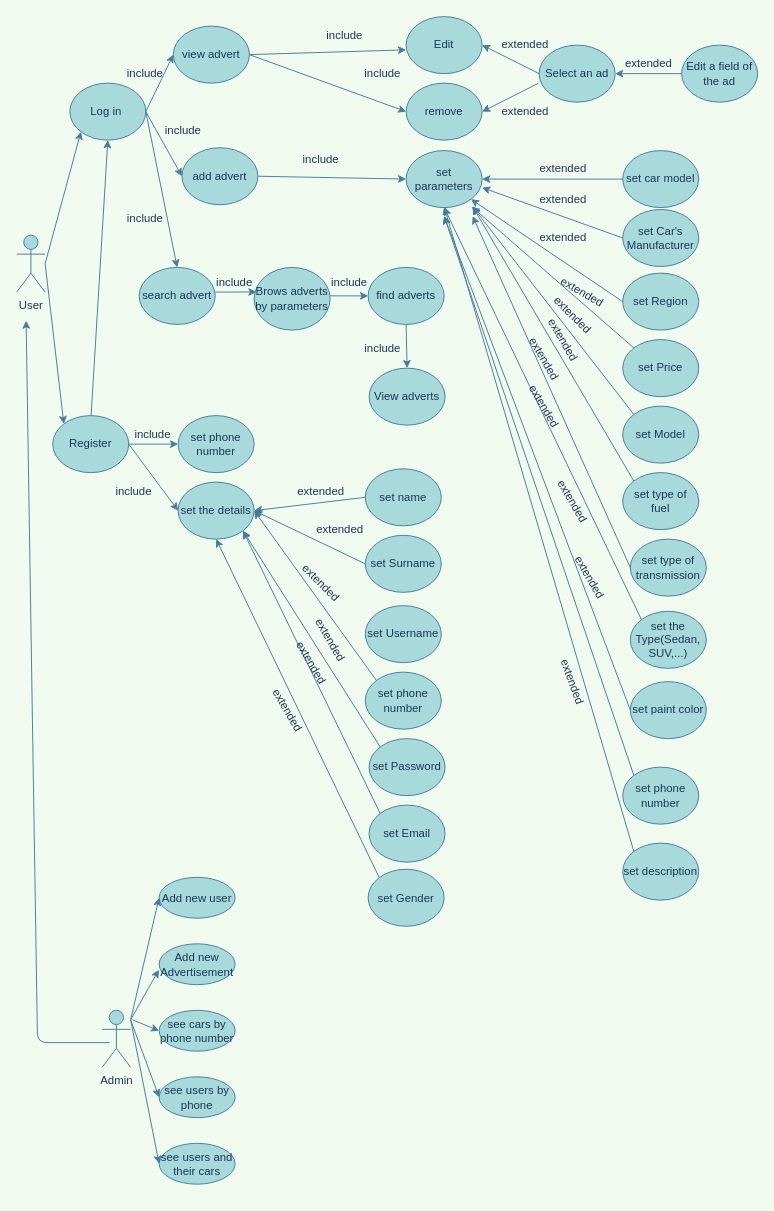
Earlier version of the draw.io diagram Untitled Diagram.drawio (kamran-mehravar/Large-scale-and-Multi-structured-Databases-Project). Source tidied: cells renumbered, new cells numbered last; positions are measured from the earlier drawing's top-left corner, leaving out a move shared by most shapes. Both pictures are drawn from the tidied source at 95%, with x=0, y=0 at pixel (16, 16).
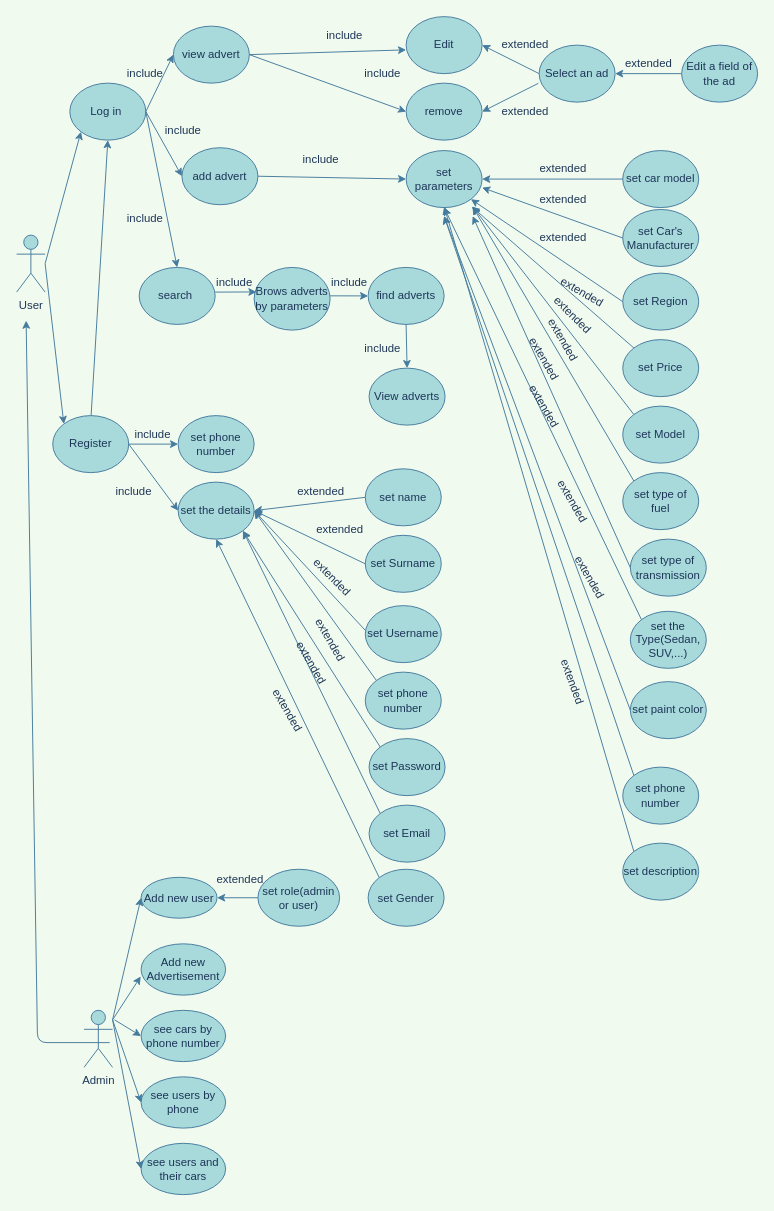
The same diagram, later.

What changed in the source:
```diff
@@
     <mxCell id="3" value="Admin" style="shape=umlActor;verticalLabelPosition=bottom;verticalAlign=top;html=1;fillColor=#A8DADC;strokeColor=#457B9D;fontColor=#1D3557;" parent="1" vertex="1">
-      <mxGeometry x="90" y="1046" width="30" height="60" as="geometry" />
+      <mxGeometry x="71" y="1046" width="30" height="60" as="geometry" />
     </mxCell>
     <mxCell id="4" value="Add new user" style="ellipse;whiteSpace=wrap;html=1;fillColor=#A8DADC;strokeColor=#457B9D;fontColor=#1D3557;" parent="1" vertex="1">
-      <mxGeometry x="150" y="906" width="80" height="43" as="geometry" />
+      <mxGeometry x="131" y="906" width="80" height="43" as="geometry" />
     </mxCell>
     <mxCell id="5" value="Add new Advertisement" style="ellipse;whiteSpace=wrap;html=1;fillColor=#A8DADC;strokeColor=#457B9D;fontColor=#1D3557;" parent="1" vertex="1">
-      <mxGeometry x="150" y="976" width="80" height="43" as="geometry" />
+      <mxGeometry x="131" y="976" width="89" height="54" as="geometry" />
     </mxCell>
     <mxCell id="6" value="see cars by phone number" style="ellipse;whiteSpace=wrap;html=1;fillColor=#A8DADC;strokeColor=#457B9D;fontColor=#1D3557;" parent="1" vertex="1">
-      <mxGeometry x="150" y="1046" width="80" height="43" as="geometry" />
+      <mxGeometry x="131" y="1046" width="89" height="54" as="geometry" />
     </mxCell>
     <mxCell id="7" value="see users by phone" style="ellipse;whiteSpace=wrap;html=1;fillColor=#A8DADC;strokeColor=#457B9D;fontColor=#1D3557;" parent="1" vertex="1">
-      <mxGeometry x="150" y="1116" width="80" height="43" as="geometry" />
+      <mxGeometry x="131" y="1116" width="89" height="54" as="geometry" />
     </mxCell>
     <mxCell id="8" value="see users and their cars" style="ellipse;whiteSpace=wrap;html=1;fillColor=#A8DADC;strokeColor=#457B9D;fontColor=#1D3557;" parent="1" vertex="1">
-      <mxGeometry x="150" y="1186" width="80" height="43" as="geometry" />
+      <mxGeometry x="131" y="1186" width="89" height="54" as="geometry" />
     </mxCell>
@@
-    <mxCell id="13" value="search advert" style="ellipse;whiteSpace=wrap;html=1;fillColor=#A8DADC;strokeColor=#457B9D;fontColor=#1D3557;" parent="1" vertex="1">
+    <mxCell id="13" value="search&amp;nbsp;" style="ellipse;whiteSpace=wrap;html=1;fillColor=#A8DADC;strokeColor=#457B9D;fontColor=#1D3557;" parent="1" vertex="1">
       <mxGeometry x="129" y="264" width="80" height="60" as="geometry" />
     </mxCell>
@@
     <mxCell id="102" value="extended" style="text;html=1;align=center;verticalAlign=middle;strokeColor=none;rotation=45;fontColor=#1D3557;" parent="1" vertex="1">
-      <mxGeometry x="285" y="586" width="70" height="20" as="geometry" />
+      <mxGeometry x="297" y="580" width="70" height="20" as="geometry" />
     </mxCell>
@@
     <mxCell id="106" style="endArrow=classic;html=1;entryX=0;entryY=0.5;entryDx=0;entryDy=0;labelBackgroundColor=#F1FAEE;strokeColor=#457B9D;fontColor=#1D3557;" parent="1" edge="1" target="4">
       <mxGeometry relative="1" as="geometry">
-        <mxPoint x="120" y="1056" as="sourcePoint" />
+        <mxPoint x="101" y="1056" as="sourcePoint" />
       </mxGeometry>
     </mxCell>
     <mxCell id="107" style="endArrow=classic;html=1;entryX=-0.004;entryY=0.636;entryDx=0;entryDy=0;labelBackgroundColor=#F1FAEE;strokeColor=#457B9D;fontColor=#1D3557;entryPerimeter=0;" parent="1" edge="1" target="5">
       <mxGeometry relative="1" as="geometry">
-        <mxPoint x="120" y="1056" as="sourcePoint" />
+        <mxPoint x="101" y="1056" as="sourcePoint" />
       </mxGeometry>
     </mxCell>
     <mxCell id="108" style="endArrow=classic;html=1;entryX=0;entryY=0.5;entryDx=0;entryDy=0;labelBackgroundColor=#F1FAEE;strokeColor=#457B9D;fontColor=#1D3557;" parent="1" edge="1" target="6">
       <mxGeometry relative="1" as="geometry">
-        <mxPoint x="122" y="1056" as="sourcePoint" />
+        <mxPoint x="103" y="1056" as="sourcePoint" />
       </mxGeometry>
     </mxCell>
     <mxCell id="109" style="endArrow=classic;html=1;entryX=0;entryY=0.5;entryDx=0;entryDy=0;labelBackgroundColor=#F1FAEE;strokeColor=#457B9D;fontColor=#1D3557;" parent="1" edge="1" target="7">
       <mxGeometry relative="1" as="geometry">
-        <mxPoint x="120" y="1056" as="sourcePoint" />
+        <mxPoint x="101" y="1056" as="sourcePoint" />
       </mxGeometry>
     </mxCell>
     <mxCell id="110" style="endArrow=classic;html=1;entryX=0;entryY=0.5;entryDx=0;entryDy=0;labelBackgroundColor=#F1FAEE;strokeColor=#457B9D;fontColor=#1D3557;" parent="1" edge="1" target="8">
       <mxGeometry relative="1" as="geometry">
-        <mxPoint x="120" y="1056" as="sourcePoint" />
+        <mxPoint x="101" y="1056" as="sourcePoint" />
       </mxGeometry>
     </mxCell>
@@
+    <mxCell id="113" style="endArrow=classic;html=1;labelBackgroundColor=#F1FAEE;strokeColor=#457B9D;fontColor=#1D3557;exitX=0;exitY=0.5;exitDx=0;exitDy=0;" parent="1" edge="1">
+      <mxGeometry relative="1" as="geometry">
+        <mxPoint x="367" y="646" as="sourcePoint" />
+        <mxPoint x="250" y="520" as="targetPoint" />
+      </mxGeometry>
+    </mxCell>
+    <mxCell id="114" value="set role(admin or user)" style="ellipse;whiteSpace=wrap;html=1;fillColor=#A8DADC;strokeColor=#457B9D;fontColor=#1D3557;" parent="1" vertex="1">
+      <mxGeometry x="254" y="897.5" width="86" height="60" as="geometry" />
+    </mxCell>
+    <mxCell id="115" style="endArrow=classic;html=1;labelBackgroundColor=#F1FAEE;strokeColor=#457B9D;fontColor=#1D3557;exitX=0;exitY=0.5;exitDx=0;exitDy=0;entryX=1;entryY=0.5;entryDx=0;entryDy=0;" parent="1" edge="1" source="114" target="4">
+      <mxGeometry relative="1" as="geometry" />
+    </mxCell>
+    <mxCell id="116" value="extended" style="text;html=1;align=center;verticalAlign=middle;strokeColor=none;rotation=0;fontColor=#1D3557;" parent="1" vertex="1">
+      <mxGeometry x="200" y="897.5" width="70" height="20" as="geometry" />
+    </mxCell>
```
